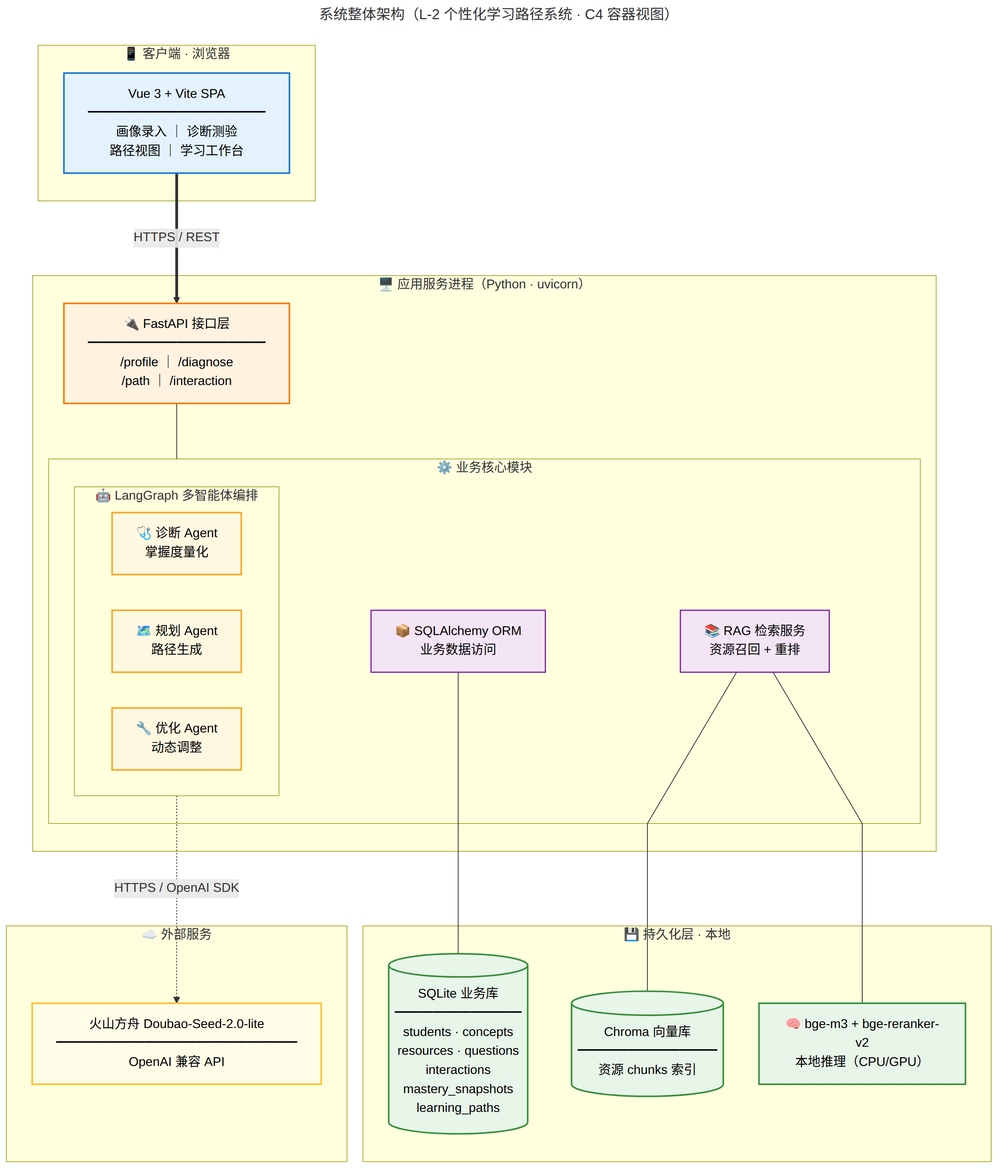
Above: docs/images/系统架构.png in haloZh/ai-learning-path (Mermaid), before the change. Its source is kept beside it as docs/diagrams/系统架构.mmd.
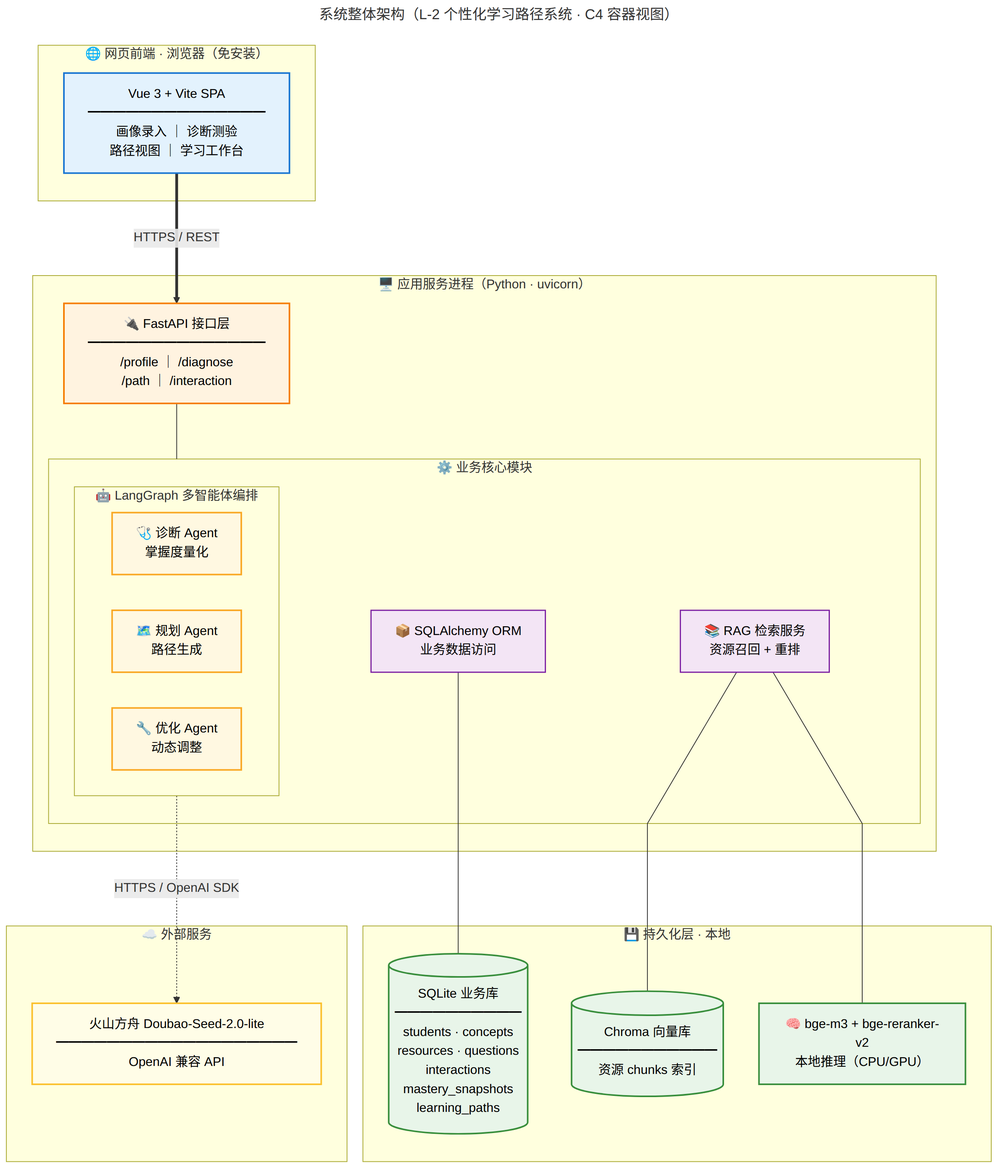
After the commit.

The edit, as a diff of the source:
```diff
@@ -4,7 +4,7 @@
 %%{init: {'flowchart': {'curve': 'linear', 'nodeSpacing': 45, 'rankSpacing': 70}}}%%
 flowchart TB
 
-    subgraph CLIENT["📱 客户端 · 浏览器"]
+    subgraph CLIENT["🌐 网页前端 · 浏览器（免安装）"]
         Vue["Vue 3 + Vite SPA<br/>━━━━━━━━━━━━━━<br/>画像录入 ｜ 诊断测验<br/>路径视图 ｜ 学习工作台"]
     end
 
```
